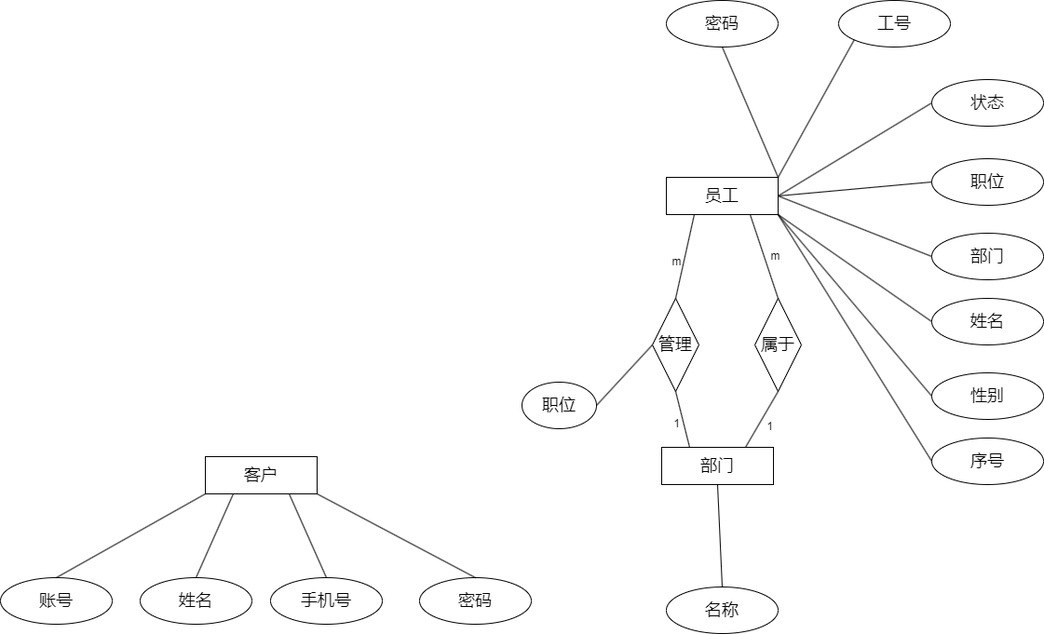
Above: 系统E-R图.drawio.png in shinejjy/Flow-Chart (draw.io), before the change. Source tidied: cells renumbered, new cells last; positions are measured from the earlier drawing's top-left corner, leaving out a move shared by most shapes.
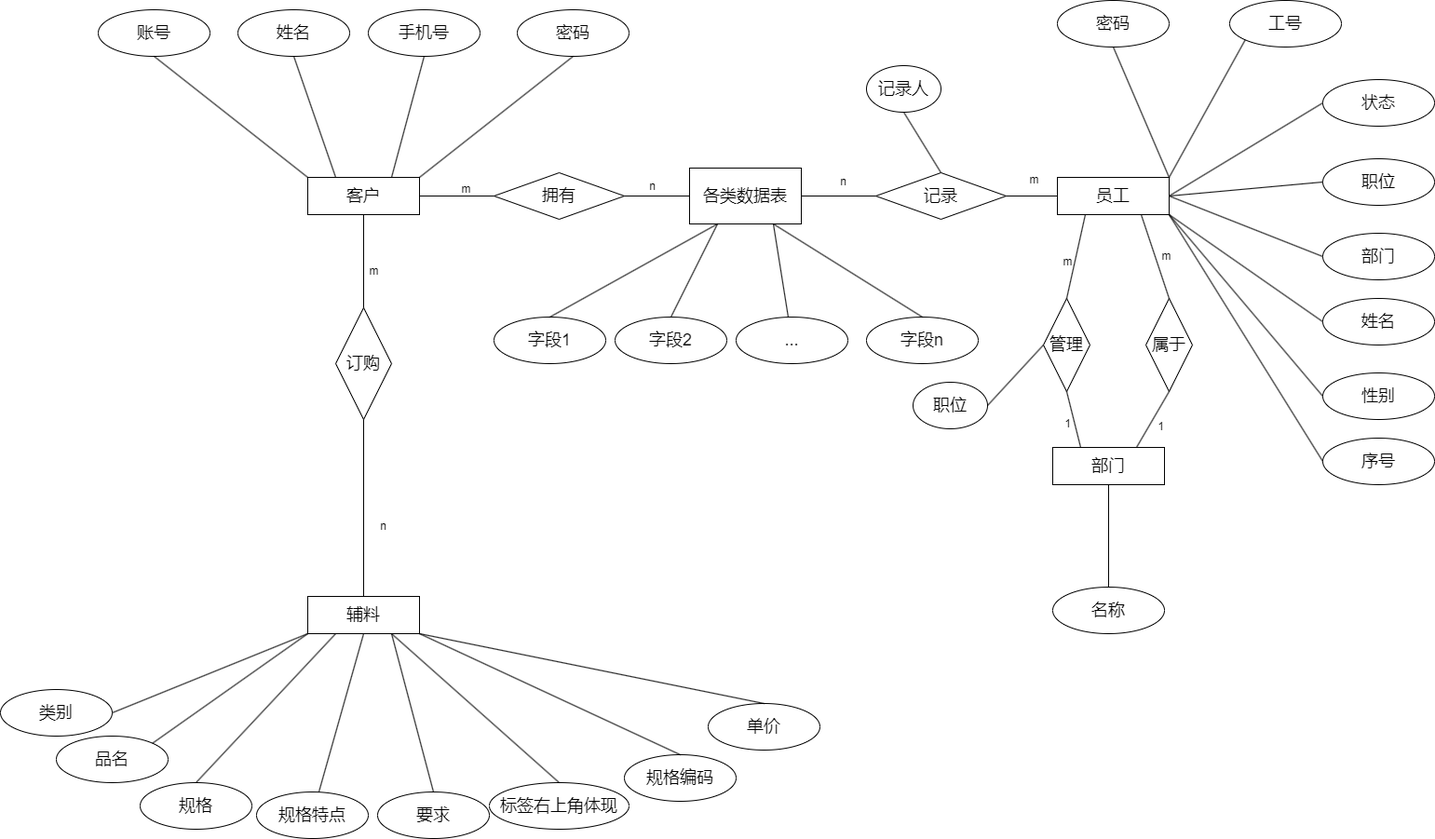
The same diagram one commit later.

Commit message:
更新系统E-R图.drawio.png

What changed in the source:
```diff
@@ -9,19 +9,19 @@
       <mxGeometry x="560" y="410" width="80" height="50" as="geometry" />
     </mxCell>
     <mxCell id="4" value="&lt;span style=&quot;font-size: 18px;&quot;&gt;名称&lt;/span&gt;" style="ellipse;whiteSpace=wrap;html=1;" parent="1" vertex="1">
-      <mxGeometry x="715" y="630" width="120" height="50" as="geometry" />
+      <mxGeometry x="710" y="630" width="120" height="50" as="geometry" />
     </mxCell>
     <mxCell id="5" value="&lt;font style=&quot;font-size: 18px;&quot;&gt;密码&lt;/font&gt;" style="ellipse;whiteSpace=wrap;html=1;" parent="1" vertex="1">
-      <mxGeometry x="450" y="620" width="120" height="50" as="geometry" />
+      <mxGeometry x="135" y="10" width="120" height="50" as="geometry" />
     </mxCell>
     <mxCell id="6" value="&lt;span style=&quot;font-size: 18px;&quot;&gt;手机号&lt;/span&gt;" style="ellipse;whiteSpace=wrap;html=1;" parent="1" vertex="1">
-      <mxGeometry x="290" y="620" width="120" height="50" as="geometry" />
+      <mxGeometry x="-25" y="10" width="120" height="50" as="geometry" />
     </mxCell>
     <mxCell id="7" value="&lt;font style=&quot;font-size: 18px;&quot;&gt;姓名&lt;/font&gt;" style="ellipse;whiteSpace=wrap;html=1;" parent="1" vertex="1">
-      <mxGeometry x="150" y="620" width="120" height="50" as="geometry" />
+      <mxGeometry x="-165" y="10" width="120" height="50" as="geometry" />
     </mxCell>
     <mxCell id="8" value="&lt;span style=&quot;font-size: 18px;&quot;&gt;账号&lt;/span&gt;" style="ellipse;whiteSpace=wrap;html=1;" parent="1" vertex="1">
-      <mxGeometry y="620" width="120" height="50" as="geometry" />
+      <mxGeometry x="-315" y="10" width="120" height="50" as="geometry" />
     </mxCell>
     <mxCell id="9" value="&lt;span style=&quot;font-size: 18px;&quot;&gt;序号&lt;/span&gt;" style="ellipse;whiteSpace=wrap;html=1;" parent="1" vertex="1">
       <mxGeometry x="1000" y="470" width="120" height="50" as="geometry" />
@@ -72,18 +72,18 @@
       <mxGeometry relative="1" as="geometry" />
     </mxCell>
     <mxCell id="25" value="&lt;span style=&quot;font-size: 18px;&quot;&gt;客户&lt;/span&gt;" style="rounded=0;whiteSpace=wrap;html=1;" parent="1" vertex="1">
-      <mxGeometry x="220" y="490" width="120" height="40" as="geometry" />
+      <mxGeometry x="-90" y="190" width="120" height="40" as="geometry" />
     </mxCell>
-    <mxCell id="26" style="endArrow=none;html=1;rounded=0;entryX=0;entryY=1;entryDx=0;entryDy=0;exitX=0.5;exitY=0;exitDx=0;exitDy=0;" parent="1" edge="1" source="8" target="25">
+    <mxCell id="26" style="endArrow=none;html=1;rounded=0;entryX=0;entryY=0;entryDx=0;entryDy=0;exitX=0.5;exitY=1;exitDx=0;exitDy=0;" parent="1" edge="1" source="8" target="25">
       <mxGeometry relative="1" as="geometry" />
     </mxCell>
-    <mxCell id="27" style="endArrow=none;html=1;rounded=0;entryX=0.25;entryY=1;entryDx=0;entryDy=0;exitX=0.5;exitY=0;exitDx=0;exitDy=0;" parent="1" edge="1" source="7" target="25">
+    <mxCell id="27" style="endArrow=none;html=1;rounded=0;entryX=0.25;entryY=0;entryDx=0;entryDy=0;exitX=0.5;exitY=1;exitDx=0;exitDy=0;" parent="1" edge="1" source="7" target="25">
       <mxGeometry relative="1" as="geometry" />
     </mxCell>
-    <mxCell id="28" style="endArrow=none;html=1;rounded=0;entryX=0.75;entryY=1;entryDx=0;entryDy=0;exitX=0.5;exitY=0;exitDx=0;exitDy=0;" parent="1" edge="1" source="6" target="25">
+    <mxCell id="28" style="endArrow=none;html=1;rounded=0;entryX=0.75;entryY=0;entryDx=0;entryDy=0;exitX=0.5;exitY=1;exitDx=0;exitDy=0;" parent="1" edge="1" source="6" target="25">
       <mxGeometry relative="1" as="geometry" />
     </mxCell>
-    <mxCell id="29" style="endArrow=none;html=1;rounded=0;entryX=1;entryY=1;entryDx=0;entryDy=0;exitX=0.5;exitY=0;exitDx=0;exitDy=0;" parent="1" edge="1" source="5" target="25">
+    <mxCell id="29" style="endArrow=none;html=1;rounded=0;entryX=1;entryY=0;entryDx=0;entryDy=0;exitX=0.5;exitY=1;exitDx=0;exitDy=0;" parent="1" edge="1" source="5" target="25">
       <mxGeometry relative="1" as="geometry" />
     </mxCell>
     <mxCell id="30" value="&lt;span style=&quot;font-size: 18px;&quot;&gt;部门&lt;/span&gt;" style="rounded=0;whiteSpace=wrap;html=1;" parent="1" vertex="1">
@@ -133,5 +133,148 @@
     <mxCell id="42" style="endArrow=none;html=1;rounded=0;entryX=0;entryY=0.5;entryDx=0;entryDy=0;exitX=1;exitY=0.5;exitDx=0;exitDy=0;" parent="1" edge="1" source="3" target="32">
       <mxGeometry relative="1" as="geometry" />
     </mxCell>
+    <mxCell id="43" style="endArrow=none;html=1;rounded=0;entryX=1;entryY=0.5;entryDx=0;entryDy=0;exitX=0;exitY=0.5;exitDx=0;exitDy=0;" parent="1" edge="1" target="x">
+      <mxGeometry relative="1" as="geometry">
+        <mxPoint x="-10" y="105" as="sourcePoint" />
+      </mxGeometry>
+    </mxCell>
+    <mxCell id="44" style="endArrow=none;html=1;rounded=0;entryX=0;entryY=0.5;entryDx=0;entryDy=0;exitX=1;exitY=0;exitDx=0;exitDy=0;" parent="1" edge="1" source="x">
+      <mxGeometry relative="1" as="geometry">
+        <mxPoint x="-10" y="105" as="targetPoint" />
+      </mxGeometry>
+    </mxCell>
+    <mxCell id="45" value="&lt;font style=&quot;font-size: 18px;&quot;&gt;各类数据表&lt;/font&gt;" style="rounded=0;whiteSpace=wrap;html=1;" parent="1" vertex="1">
+      <mxGeometry x="320" y="180" width="120" height="60" as="geometry" />
+    </mxCell>
+    <mxCell id="46" value="&lt;font style=&quot;font-size: 18px;&quot;&gt;记录&lt;/font&gt;" style="rhombus;whiteSpace=wrap;html=1;" parent="1" vertex="1">
+      <mxGeometry x="520" y="185" width="140" height="50" as="geometry" />
+    </mxCell>
+    <mxCell id="47" value="&lt;font style=&quot;font-size: 18px;&quot;&gt;辅料&lt;/font&gt;" style="rounded=0;whiteSpace=wrap;html=1;" parent="1" vertex="1">
+      <mxGeometry x="-90" y="640" width="120" height="40" as="geometry" />
+    </mxCell>
+    <mxCell id="48" value="&lt;span style=&quot;font-size: 18px;&quot;&gt;标签右上角体现&lt;/span&gt;" style="ellipse;whiteSpace=wrap;html=1;" parent="1" vertex="1">
+      <mxGeometry x="105" y="840" width="150" height="50" as="geometry" />
+    </mxCell>
+    <mxCell id="49" value="&lt;span style=&quot;font-size: 18px;&quot;&gt;品名&lt;/span&gt;" style="ellipse;whiteSpace=wrap;html=1;" parent="1" vertex="1">
+      <mxGeometry x="-360" y="790" width="120" height="50" as="geometry" />
+    </mxCell>
+    <mxCell id="50" value="&lt;span style=&quot;font-size: 18px;&quot;&gt;类别&lt;/span&gt;" style="ellipse;whiteSpace=wrap;html=1;" parent="1" vertex="1">
+      <mxGeometry x="-420" y="740" width="120" height="50" as="geometry" />
+    </mxCell>
+    <mxCell id="51" value="&lt;span style=&quot;font-size: 18px;&quot;&gt;要求&lt;/span&gt;" style="ellipse;whiteSpace=wrap;html=1;" parent="1" vertex="1">
+      <mxGeometry x="-15" y="850" width="120" height="50" as="geometry" />
+    </mxCell>
+    <mxCell id="52" value="&lt;span style=&quot;font-size: 18px;&quot;&gt;规格&lt;/span&gt;" style="ellipse;whiteSpace=wrap;html=1;" parent="1" vertex="1">
+      <mxGeometry x="-270" y="840" width="120" height="50" as="geometry" />
+    </mxCell>
+    <mxCell id="53" value="&lt;span style=&quot;font-size: 18px;&quot;&gt;规格特点&lt;/span&gt;" style="ellipse;whiteSpace=wrap;html=1;" parent="1" vertex="1">
+      <mxGeometry x="-145" y="850" width="120" height="50" as="geometry" />
+    </mxCell>
+    <mxCell id="54" value="&lt;span style=&quot;font-size: 18px;&quot;&gt;规格编码&lt;/span&gt;" style="ellipse;whiteSpace=wrap;html=1;" parent="1" vertex="1">
+      <mxGeometry x="250" y="810" width="120" height="50" as="geometry" />
+    </mxCell>
+    <mxCell id="55" value="&lt;span style=&quot;font-size: 18px;&quot;&gt;单价&lt;/span&gt;" style="ellipse;whiteSpace=wrap;html=1;" parent="1" vertex="1">
+      <mxGeometry x="340" y="755" width="120" height="50" as="geometry" />
+    </mxCell>
+    <mxCell id="56" style="endArrow=none;html=1;rounded=0;entryX=1;entryY=0.5;entryDx=0;entryDy=0;exitX=0;exitY=1;exitDx=0;exitDy=0;" parent="1" edge="1" source="47" target="50">
+      <mxGeometry relative="1" as="geometry" />
+    </mxCell>
+    <mxCell id="57" style="endArrow=none;html=1;rounded=0;entryX=0.5;entryY=0;entryDx=0;entryDy=0;exitX=0.75;exitY=1;exitDx=0;exitDy=0;" parent="1" edge="1" source="47" target="51">
+      <mxGeometry relative="1" as="geometry" />
+    </mxCell>
+    <mxCell id="58" style="endArrow=none;html=1;rounded=0;exitX=0.5;exitY=1;exitDx=0;exitDy=0;" parent="1" edge="1" source="47" target="53">
+      <mxGeometry relative="1" as="geometry" />
+    </mxCell>
+    <mxCell id="59" style="endArrow=none;html=1;rounded=0;entryX=0.5;entryY=0;entryDx=0;entryDy=0;exitX=0.25;exitY=1;exitDx=0;exitDy=0;" parent="1" edge="1" source="47" target="52">
+      <mxGeometry relative="1" as="geometry" />
+    </mxCell>
+    <mxCell id="60" style="endArrow=none;html=1;rounded=0;entryX=1;entryY=0;entryDx=0;entryDy=0;exitX=0;exitY=1;exitDx=0;exitDy=0;" parent="1" edge="1" source="47" target="49">
+      <mxGeometry relative="1" as="geometry" />
+    </mxCell>
+    <mxCell id="61" style="endArrow=none;html=1;rounded=0;entryX=0.5;entryY=0;entryDx=0;entryDy=0;exitX=0.75;exitY=1;exitDx=0;exitDy=0;" parent="1" edge="1" source="47" target="48">
+      <mxGeometry relative="1" as="geometry" />
+    </mxCell>
+    <mxCell id="62" value="&lt;font style=&quot;font-size: 18px;&quot;&gt;订购&lt;/font&gt;" style="rhombus;whiteSpace=wrap;html=1;" parent="1" vertex="1">
+      <mxGeometry x="-60" y="330" width="60" height="120" as="geometry" />
+    </mxCell>
+    <mxCell id="63" style="endArrow=none;html=1;rounded=0;exitX=0.5;exitY=0;exitDx=0;exitDy=0;entryX=0.5;entryY=1;entryDx=0;entryDy=0;" parent="1" edge="1" source="62" target="25">
+      <mxGeometry relative="1" as="geometry" />
+    </mxCell>
+    <mxCell id="64" value="m" style="edgeLabel;html=1;align=center;verticalAlign=middle;" parent="63" vertex="1">
+      <mxGeometry x="-0.18" y="3" relative="1" as="geometry">
+        <mxPoint x="13" as="offset" />
+      </mxGeometry>
+    </mxCell>
+    <mxCell id="65" style="endArrow=none;html=1;rounded=0;exitX=0.5;exitY=0;exitDx=0;exitDy=0;entryX=0.5;entryY=1;entryDx=0;entryDy=0;" parent="1" edge="1" source="47" target="62">
+      <mxGeometry relative="1" as="geometry" />
+    </mxCell>
+    <mxCell id="66" value="n" style="edgeLabel;html=1;align=center;verticalAlign=middle;" parent="65" vertex="1">
+      <mxGeometry x="-0.32" y="1" relative="1" as="geometry">
+        <mxPoint x="21" y="-12" as="offset" />
+      </mxGeometry>
+    </mxCell>
+    <mxCell id="67" style="endArrow=none;html=1;rounded=0;entryX=0.5;entryY=0;entryDx=0;entryDy=0;exitX=1;exitY=1;exitDx=0;exitDy=0;" parent="1" edge="1" source="47" target="55">
+      <mxGeometry relative="1" as="geometry" />
+    </mxCell>
+    <mxCell id="68" style="endArrow=none;html=1;rounded=0;entryX=1;entryY=1;entryDx=0;entryDy=0;exitX=0.5;exitY=0;exitDx=0;exitDy=0;" parent="1" edge="1" source="54" target="47">
+      <mxGeometry relative="1" as="geometry" />
+    </mxCell>
+    <mxCell id="69" value="&lt;span style=&quot;font-size: 18px;&quot;&gt;拥有&lt;/span&gt;" style="rhombus;whiteSpace=wrap;html=1;" parent="1" vertex="1">
+      <mxGeometry x="110" y="185" width="140" height="50" as="geometry" />
+    </mxCell>
+    <mxCell id="70" style="endArrow=none;html=1;rounded=0;entryX=0;entryY=0.5;entryDx=0;entryDy=0;exitX=1;exitY=0.5;exitDx=0;exitDy=0;" parent="1" edge="1" source="46" target="2">
+      <mxGeometry relative="1" as="geometry" />
+    </mxCell>
+    <mxCell id="71" style="endArrow=none;html=1;rounded=0;entryX=0;entryY=0.5;entryDx=0;entryDy=0;exitX=1;exitY=0.5;exitDx=0;exitDy=0;" parent="1" edge="1" source="45" target="46">
+      <mxGeometry relative="1" as="geometry" />
+    </mxCell>
+    <mxCell id="72" style="endArrow=none;html=1;rounded=0;entryX=0;entryY=0.5;entryDx=0;entryDy=0;exitX=1;exitY=0.5;exitDx=0;exitDy=0;" parent="1" edge="1" source="25" target="69">
+      <mxGeometry relative="1" as="geometry" />
+    </mxCell>
+    <mxCell id="73" style="endArrow=none;html=1;rounded=0;entryX=0;entryY=0.5;entryDx=0;entryDy=0;exitX=1;exitY=0.5;exitDx=0;exitDy=0;" parent="1" edge="1" source="69" target="45">
+      <mxGeometry relative="1" as="geometry" />
+    </mxCell>
+    <mxCell id="74" value="&lt;span style=&quot;font-size: 18px;&quot;&gt;字段1&lt;/span&gt;" style="ellipse;whiteSpace=wrap;html=1;" parent="1" vertex="1">
+      <mxGeometry x="110" y="340" width="120" height="50" as="geometry" />
+    </mxCell>
+    <mxCell id="75" value="&lt;span style=&quot;font-size: 18px;&quot;&gt;字段n&lt;/span&gt;" style="ellipse;whiteSpace=wrap;html=1;" parent="1" vertex="1">
+      <mxGeometry x="510" y="340" width="120" height="50" as="geometry" />
+    </mxCell>
+    <mxCell id="76" value="&lt;span style=&quot;font-size: 18px;&quot;&gt;字段2&lt;/span&gt;" style="ellipse;whiteSpace=wrap;html=1;" parent="1" vertex="1">
+      <mxGeometry x="240" y="340" width="120" height="50" as="geometry" />
+    </mxCell>
+    <mxCell id="77" value="&lt;span style=&quot;font-size: 18px;&quot;&gt;...&lt;/span&gt;" style="ellipse;whiteSpace=wrap;html=1;" parent="1" vertex="1">
+      <mxGeometry x="370" y="340" width="120" height="50" as="geometry" />
+    </mxCell>
+    <mxCell id="78" value="m" style="text;html=1;align=center;verticalAlign=middle;strokeColor=none;fillColor=none;" parent="1" vertex="1">
+      <mxGeometry x="65" y="188" width="30" height="30" as="geometry" />
+    </mxCell>
+    <mxCell id="79" value="n" style="text;html=1;align=center;verticalAlign=middle;strokeColor=none;fillColor=none;" parent="1" vertex="1">
+      <mxGeometry x="265" y="185" width="30" height="30" as="geometry" />
+    </mxCell>
+    <mxCell id="80" value="n" style="text;html=1;align=center;verticalAlign=middle;strokeColor=none;fillColor=none;" parent="1" vertex="1">
+      <mxGeometry x="470" y="180" width="30" height="30" as="geometry" />
+    </mxCell>
+    <mxCell id="81" value="m" style="text;html=1;align=center;verticalAlign=middle;strokeColor=none;fillColor=none;" parent="1" vertex="1">
+      <mxGeometry x="675" y="178" width="30" height="30" as="geometry" />
+    </mxCell>
+    <mxCell id="82" style="endArrow=none;html=1;rounded=0;entryX=0.25;entryY=1;entryDx=0;entryDy=0;exitX=0.5;exitY=0;exitDx=0;exitDy=0;" parent="1" edge="1" source="74" target="45">
+      <mxGeometry relative="1" as="geometry" />
+    </mxCell>
+    <mxCell id="83" style="endArrow=none;html=1;rounded=0;entryX=0.25;entryY=1;entryDx=0;entryDy=0;exitX=0.5;exitY=0;exitDx=0;exitDy=0;" parent="1" edge="1" source="76" target="45">
+      <mxGeometry relative="1" as="geometry" />
+    </mxCell>
+    <mxCell id="84" style="endArrow=none;html=1;rounded=0;entryX=0.75;entryY=1;entryDx=0;entryDy=0;" parent="1" edge="1" source="77" target="45">
+      <mxGeometry relative="1" as="geometry" />
+    </mxCell>
+    <mxCell id="85" style="endArrow=none;html=1;rounded=0;entryX=0.75;entryY=1;entryDx=0;entryDy=0;exitX=0.5;exitY=0;exitDx=0;exitDy=0;" parent="1" edge="1" source="75" target="45">
+      <mxGeometry relative="1" as="geometry" />
+    </mxCell>
+    <mxCell id="86" value="&lt;span style=&quot;font-size: 18px;&quot;&gt;记录人&lt;/span&gt;" style="ellipse;whiteSpace=wrap;html=1;" parent="1" vertex="1">
+      <mxGeometry x="510" y="70" width="80" height="50" as="geometry" />
+    </mxCell>
+    <mxCell id="87" style="endArrow=none;html=1;rounded=0;entryX=0.5;entryY=0;entryDx=0;entryDy=0;exitX=0.5;exitY=1;exitDx=0;exitDy=0;" parent="1" edge="1" source="86" target="46">
+      <mxGeometry relative="1" as="geometry" />
+    </mxCell>
   </root>
 </mxGraphModel>
```
